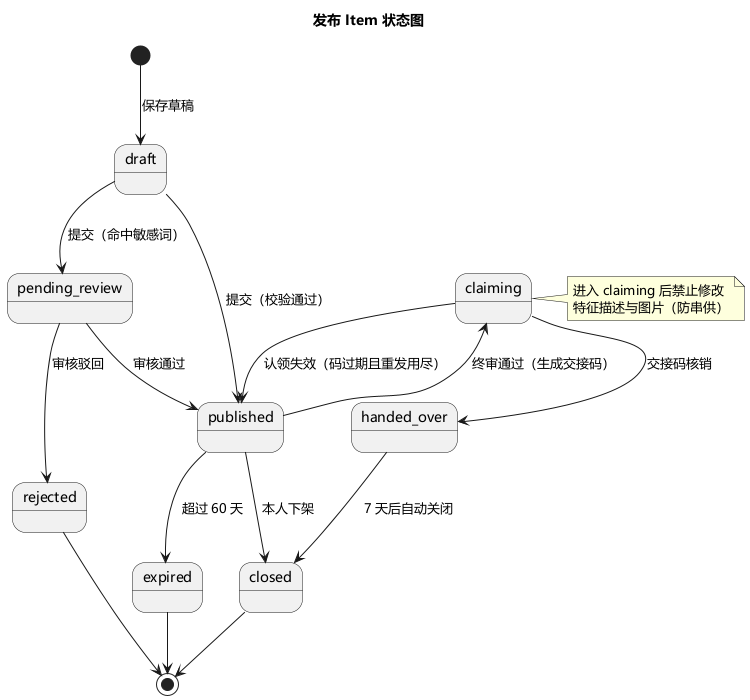
phao90016-jpg/Tongji-campus-lost-found keeps this PlantUML diagram as docs/assets/item-state.png. Above is the earlier version.
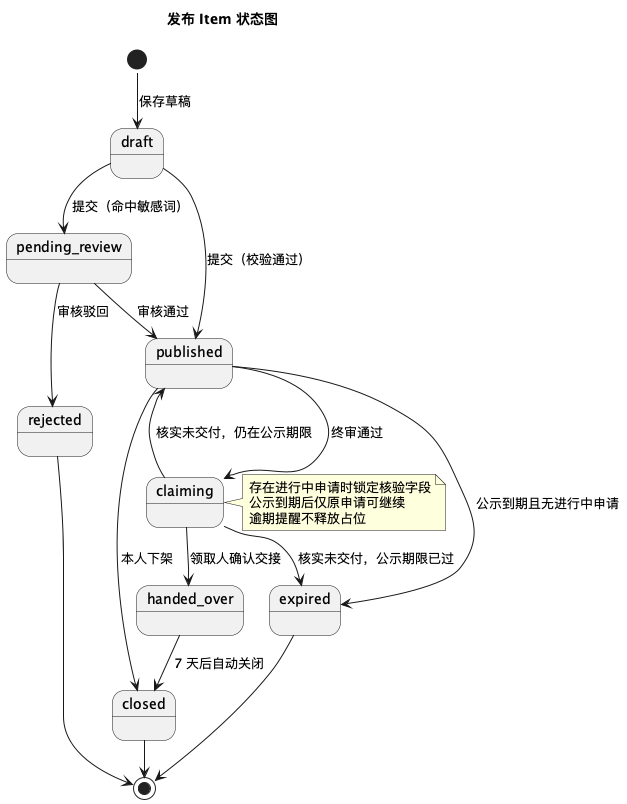
The same diagram one commit later.

The edit, as a diff of the source:
```diff
@@ -1,4 +1,5 @@
 @startuml item-state
+!pragma layout smetana
 title 发布 Item 状态图
 
 skinparam defaultFontName "Microsoft YaHei"
@@ -9,19 +10,21 @@
 draft --> published : 提交（校验通过）
 pending_review --> published : 审核通过
 pending_review --> rejected : 审核驳回
-published --> claiming : 终审通过（生成交接码）
+published --> claiming : 终审通过
 published --> closed : 本人下架
-published --> expired : 超过 60 天
-claiming --> handed_over : 交接码核销
-claiming --> published : 认领失效（码过期且重发用尽）
+published --> expired : 公示到期且无进行中申请
+claiming --> handed_over : 领取人确认交接
+claiming --> published : 核实未交付，仍在公示期限
+claiming --> expired : 核实未交付，公示期限已过
 handed_over --> closed : 7 天后自动关闭
 rejected --> [*]
 expired --> [*]
 closed --> [*]
 
 note right of claiming
-  进入 claiming 后禁止修改
-  特征描述与图片（防串供）
+  存在进行中申请时锁定核验字段
+  公示到期后仅原申请可继续
+  逾期提醒不释放占位
 end note
 
 @enduml
```
